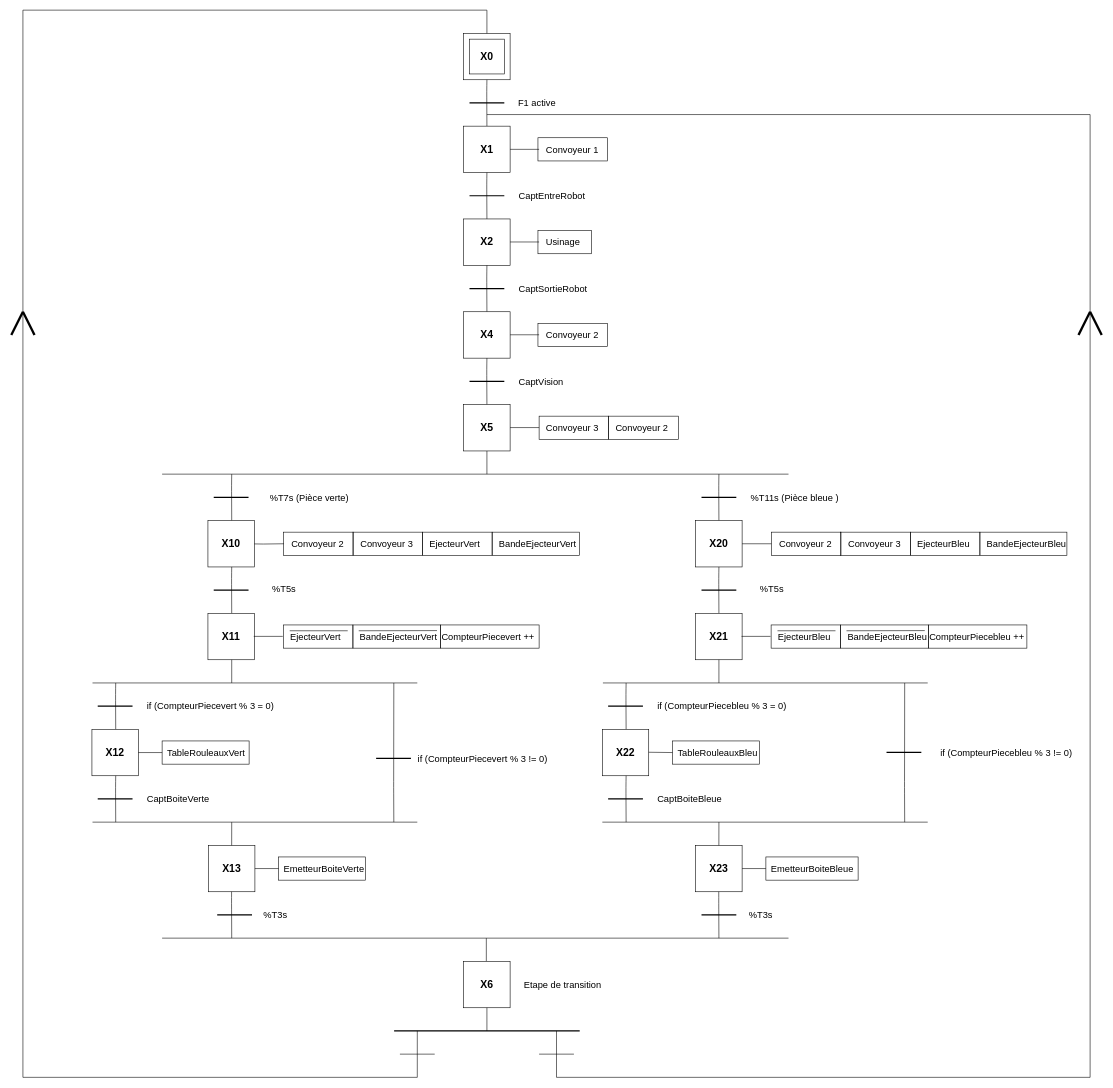
Earlier version of the draw.io diagram Auto.drawio (Sem98-chain/INSA). Source tidied: cells renumbered, new cells numbered last; positions are measured from the earlier drawing's top-left corner, leaving out a move shared by most shapes. Both pictures are drawn from the tidied source at 58%, with x=0, y=0 at pixel (11, 10).
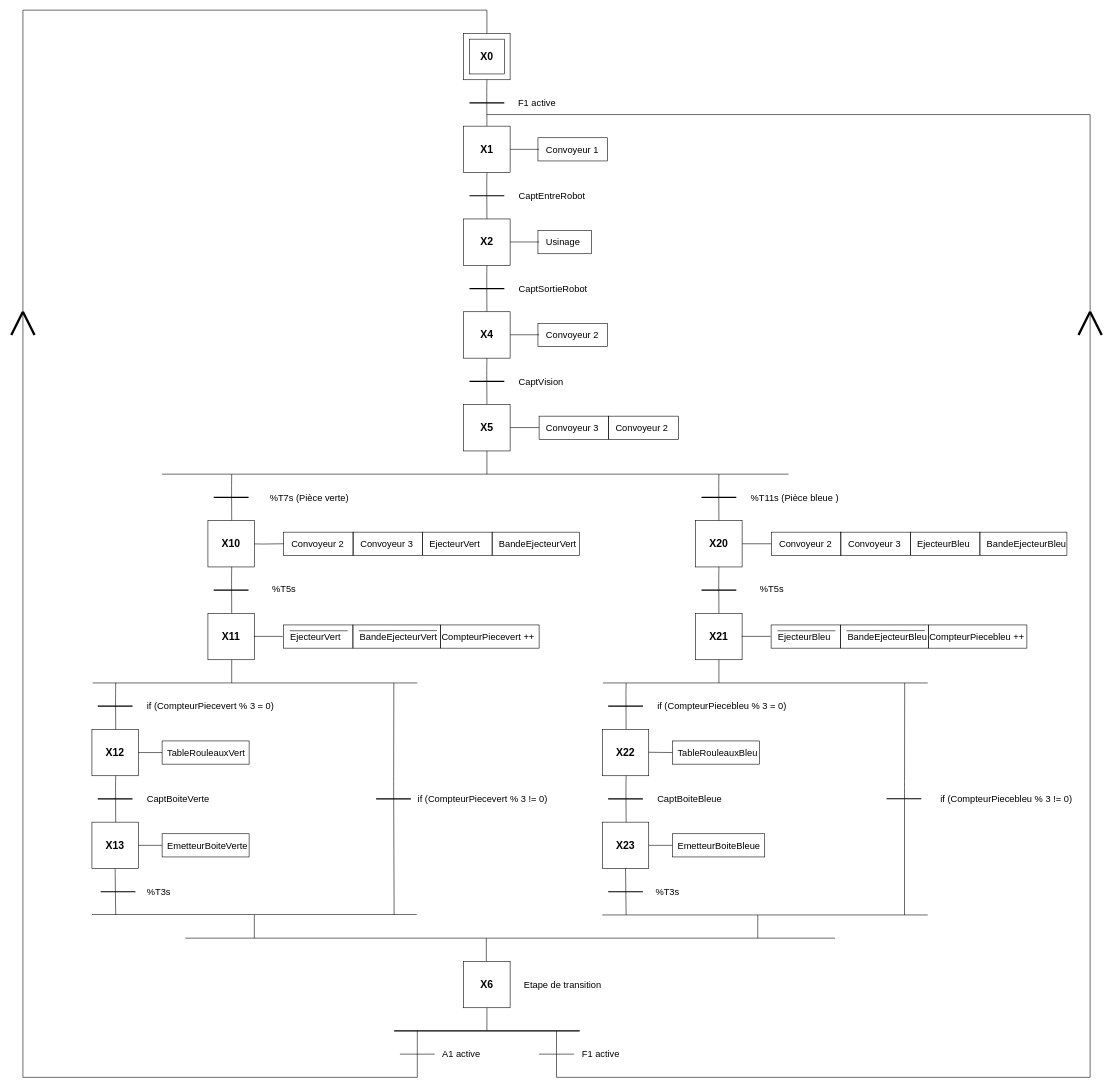
The same diagram, later.

What changed in the source:
```diff
@@
-    <mxCell id="69" style="endArrow=none;html=1;exitX=0.5;exitY=0;exitDx=0;exitDy=0;" parent="1" edge="1">
+    <mxCell id="69" style="endArrow=none;html=1;" parent="1" edge="1">
       <mxGeometry relative="1" as="geometry">
-        <mxPoint x="659.5" y="1400" as="sourcePoint" />
+        <mxPoint x="660" y="1560" as="sourcePoint" />
         <mxPoint x="659.5" y="1160" as="targetPoint" />
         <Array as="points">
           <mxPoint x="659.2" y="1340" />
         </Array>
       </mxGeometry>
     </mxCell>
     <mxCell id="70" style="endArrow=none;html=1;strokeWidth=1;" parent="1" edge="1">
       <mxGeometry relative="1" as="geometry">
-        <mxPoint x="140" y="1400" as="sourcePoint" />
-        <mxPoint x="700" y="1400" as="targetPoint" />
+        <mxPoint x="139" y="1559.2" as="sourcePoint" />
+        <mxPoint x="699" y="1559.2" as="targetPoint" />
       </mxGeometry>
     </mxCell>
-    <mxCell id="71" style="endArrow=none;html=1;exitX=0.5;exitY=0;exitDx=0;exitDy=0;" parent="1" edge="1">
-      <mxGeometry relative="1" as="geometry">
-        <mxPoint x="380" y="1600" as="sourcePoint" />
-        <mxPoint x="380" y="1400" as="targetPoint" />
-        <Array as="points">
-          <mxPoint x="379.7" y="1540" />
-        </Array>
-      </mxGeometry>
-    </mxCell>
     <mxCell id="72" style="endArrow=none;html=1;strokeWidth=1;" parent="1" edge="1">
       <mxGeometry relative="1" as="geometry">
-        <mxPoint x="260" y="1600" as="sourcePoint" />
-        <mxPoint x="1340" y="1600" as="targetPoint" />
+        <mxPoint x="300" y="1600" as="sourcePoint" />
+        <mxPoint x="1420" y="1600" as="targetPoint" />
       </mxGeometry>
     </mxCell>
@@
-    <mxCell id="82" style="endArrow=none;html=1;exitX=0.5;exitY=0;exitDx=0;exitDy=0;" parent="1" edge="1">
+    <mxCell id="82" style="endArrow=none;html=1;" parent="1" edge="1">
       <mxGeometry relative="1" as="geometry">
-        <mxPoint x="1540.3" y="1400" as="sourcePoint" />
+        <mxPoint x="1540" y="1560" as="sourcePoint" />
         <mxPoint x="1540.3" y="1160" as="targetPoint" />
         <Array as="points">
           <mxPoint x="1540" y="1340" />
         </Array>
       </mxGeometry>
     </mxCell>
     <mxCell id="83" style="endArrow=none;html=1;strokeWidth=2;" parent="1" edge="1">
       <mxGeometry relative="1" as="geometry">
-        <mxPoint x="1509" y="1279.6" as="sourcePoint" />
-        <mxPoint x="1569" y="1279.6" as="targetPoint" />
+        <mxPoint x="1509" y="1359.6" as="sourcePoint" />
+        <mxPoint x="1569" y="1359.6" as="targetPoint" />
       </mxGeometry>
     </mxCell>
     <mxCell id="84" style="endArrow=none;html=1;strokeWidth=1;" parent="1" edge="1">
       <mxGeometry relative="1" as="geometry">
-        <mxPoint x="1019" y="1400" as="sourcePoint" />
-        <mxPoint x="1580" y="1400" as="targetPoint" />
+        <mxPoint x="1019" y="1560" as="sourcePoint" />
+        <mxPoint x="1580" y="1560" as="targetPoint" />
       </mxGeometry>
     </mxCell>
-    <mxCell id="85" style="endArrow=none;html=1;exitX=0.5;exitY=0;exitDx=0;exitDy=0;" parent="1" edge="1">
-      <mxGeometry relative="1" as="geometry">
-        <mxPoint x="1220" y="1600" as="sourcePoint" />
-        <mxPoint x="1220" y="1400" as="targetPoint" />
-        <Array as="points">
-          <mxPoint x="1219.7" y="1540" />
-        </Array>
-      </mxGeometry>
-    </mxCell>
     <mxCell id="86" value="&lt;font style=&quot;font-size: 16px&quot;&gt;&lt;br&gt;&lt;/font&gt;" style="text;html=1;strokeColor=none;fillColor=none;align=left;verticalAlign=middle;whiteSpace=wrap;rounded=0;" parent="1" vertex="1">
-      <mxGeometry x="1233" y="1550" width="106" height="20" as="geometry" />
+      <mxGeometry x="1072" y="1510" width="106" height="20" as="geometry" />
     </mxCell>
@@
-    <mxCell id="92" style="whiteSpace=wrap;html=1;" parent="1" vertex="1">
-      <mxGeometry x="340" y="1440" width="80" height="80" as="geometry" />
-    </mxCell>
-    <mxCell id="93" value="&lt;font size=&quot;1&quot;&gt;&lt;b style=&quot;font-size: 18px&quot;&gt;X13&lt;/b&gt;&lt;/font&gt;" style="text;html=1;strokeColor=none;fillColor=none;align=center;verticalAlign=middle;whiteSpace=wrap;rounded=0;" parent="1" vertex="1">
-      <mxGeometry x="360" y="1470" width="40" height="20" as="geometry" />
-    </mxCell>
-    <mxCell id="94" style="rounded=0;whiteSpace=wrap;html=1;fillColor=none;gradientColor=none;" parent="1" vertex="1">
-      <mxGeometry x="461" y="1460" width="150" height="40" as="geometry" />
-    </mxCell>
-    <mxCell id="95" value="&lt;font style=&quot;font-size: 16px&quot;&gt;EmetteurBoiteVerte&lt;/font&gt;" style="text;html=1;strokeColor=none;fillColor=none;align=left;verticalAlign=middle;whiteSpace=wrap;rounded=0;" parent="1" vertex="1">
-      <mxGeometry x="468" y="1470" width="140" height="20" as="geometry" />
-    </mxCell>
-    <mxCell id="96" style="endArrow=none;html=1;strokeWidth=1;entryX=0;entryY=0.5;entryDx=0;entryDy=0;exitX=1;exitY=0.5;exitDx=0;exitDy=0;" parent="1" edge="1" source="92" target="94">
-      <mxGeometry relative="1" as="geometry" />
-    </mxCell>
-    <mxCell id="97" style="endArrow=none;html=1;strokeWidth=2;" parent="1" edge="1">
-      <mxGeometry relative="1" as="geometry">
-        <mxPoint x="355" y="1560" as="sourcePoint" />
-        <mxPoint x="415" y="1560" as="targetPoint" />
-      </mxGeometry>
-    </mxCell>
-    <mxCell id="98" value="&lt;font style=&quot;font-size: 16px&quot;&gt;%T3s&lt;br&gt;&lt;/font&gt;" style="text;html=1;strokeColor=none;fillColor=none;align=left;verticalAlign=middle;whiteSpace=wrap;rounded=0;" parent="1" vertex="1">
-      <mxGeometry x="433" y="1550" width="128" height="20" as="geometry" />
-    </mxCell>
     <mxCell id="99" style="whiteSpace=wrap;html=1;" parent="1" vertex="1">
-      <mxGeometry x="1180" y="1440" width="80" height="80" as="geometry" />
+      <mxGeometry x="1019" y="1400" width="80" height="80" as="geometry" />
     </mxCell>
     <mxCell id="100" value="&lt;font size=&quot;1&quot;&gt;&lt;b style=&quot;font-size: 18px&quot;&gt;X23&lt;/b&gt;&lt;/font&gt;" style="text;html=1;strokeColor=none;fillColor=none;align=center;verticalAlign=middle;whiteSpace=wrap;rounded=0;" parent="1" vertex="1">
-      <mxGeometry x="1200" y="1470" width="40" height="20" as="geometry" />
+      <mxGeometry x="1039" y="1430" width="40" height="20" as="geometry" />
     </mxCell>
     <mxCell id="101" style="rounded=0;whiteSpace=wrap;html=1;fillColor=none;gradientColor=none;" parent="1" vertex="1">
-      <mxGeometry x="1301" y="1460" width="159" height="40" as="geometry" />
+      <mxGeometry x="1140" y="1420" width="159" height="40" as="geometry" />
     </mxCell>
     <mxCell id="102" value="&lt;font style=&quot;font-size: 16px&quot;&gt;EmetteurBoiteBleue&lt;/font&gt;" style="text;html=1;strokeColor=none;fillColor=none;align=left;verticalAlign=middle;whiteSpace=wrap;rounded=0;" parent="1" vertex="1">
-      <mxGeometry x="1308" y="1470" width="140" height="20" as="geometry" />
+      <mxGeometry x="1147" y="1430" width="140" height="20" as="geometry" />
     </mxCell>
@@
     <mxCell id="104" style="endArrow=none;html=1;strokeWidth=2;" parent="1" edge="1">
       <mxGeometry relative="1" as="geometry">
-        <mxPoint x="1190" y="1560" as="sourcePoint" />
-        <mxPoint x="1250" y="1560" as="targetPoint" />
+        <mxPoint x="1029" y="1520" as="sourcePoint" />
+        <mxPoint x="1089" y="1520" as="targetPoint" />
       </mxGeometry>
     </mxCell>
     <mxCell id="105" value="&lt;font style=&quot;font-size: 16px&quot;&gt;%T3s&lt;br&gt;&lt;/font&gt;" style="text;html=1;strokeColor=none;fillColor=none;align=left;verticalAlign=middle;whiteSpace=wrap;rounded=0;" parent="1" vertex="1">
-      <mxGeometry x="1270" y="1550" width="52" height="20" as="geometry" />
+      <mxGeometry x="1109" y="1510" width="52" height="20" as="geometry" />
     </mxCell>
@@
     <mxCell id="124" style="endArrow=none;html=1;strokeWidth=2;" parent="1" edge="1">
       <mxGeometry relative="1" as="geometry">
-        <mxPoint x="629" y="1290" as="sourcePoint" />
-        <mxPoint x="689" y="1290" as="targetPoint" />
+        <mxPoint x="629" y="1360" as="sourcePoint" />
+        <mxPoint x="689" y="1360" as="targetPoint" />
       </mxGeometry>
     </mxCell>
     <mxCell id="125" style="text;html=1;strokeColor=none;fillColor=none;align=left;verticalAlign=middle;whiteSpace=wrap;rounded=0;" parent="1" vertex="1">
-      <mxGeometry x="712" y="1280" width="188" height="20" as="geometry" />
+      <mxGeometry x="712" y="1350" width="188" height="20" as="geometry" />
     </mxCell>
     <mxCell id="126" value="&lt;span style=&quot;font-size: 16px&quot;&gt;if (CompteurPiecevert % 3 != 0)&lt;/span&gt;" style="text;html=1;strokeColor=none;fillColor=none;align=left;verticalAlign=middle;whiteSpace=wrap;rounded=0;" parent="1" vertex="1">
-      <mxGeometry x="699" y="1280" width="228" height="20" as="geometry" />
+      <mxGeometry x="699" y="1350" width="228" height="20" as="geometry" />
     </mxCell>
@@
     <mxCell id="137" value="&lt;span style=&quot;font-size: 16px&quot;&gt;if (CompteurPiecebleu % 3 != 0)&lt;/span&gt;" style="text;html=1;strokeColor=none;fillColor=none;align=left;verticalAlign=middle;whiteSpace=wrap;rounded=0;" parent="1" vertex="1">
-      <mxGeometry x="1600" y="1270" width="250" height="20" as="geometry" />
+      <mxGeometry x="1600" y="1350" width="250" height="20" as="geometry" />
     </mxCell>
@@
+    <mxCell id="179" value="&lt;font style=&quot;font-size: 16px&quot;&gt;A1 active&lt;br&gt;&lt;/font&gt;" style="text;html=1;strokeColor=none;fillColor=none;align=left;verticalAlign=middle;whiteSpace=wrap;rounded=0;" parent="1" vertex="1">
+      <mxGeometry x="741" y="1790" width="158" height="20" as="geometry" />
+    </mxCell>
+    <mxCell id="180" value="&lt;font style=&quot;font-size: 16px&quot;&gt;F1 active&lt;br&gt;&lt;/font&gt;" style="text;html=1;strokeColor=none;fillColor=none;align=left;verticalAlign=middle;whiteSpace=wrap;rounded=0;" parent="1" vertex="1">
+      <mxGeometry x="982" y="1790" width="158" height="20" as="geometry" />
+    </mxCell>
+    <mxCell id="181" style="whiteSpace=wrap;html=1;" parent="1" vertex="1">
+      <mxGeometry x="139" y="1400" width="80" height="80" as="geometry" />
+    </mxCell>
+    <mxCell id="93" value="&lt;font size=&quot;1&quot;&gt;&lt;b style=&quot;font-size: 18px&quot;&gt;X13&lt;/b&gt;&lt;/font&gt;" style="text;html=1;strokeColor=none;fillColor=none;align=center;verticalAlign=middle;whiteSpace=wrap;rounded=0;" parent="1" vertex="1">
+      <mxGeometry x="159" y="1430" width="40" height="20" as="geometry" />
+    </mxCell>
+    <mxCell id="182" style="rounded=0;whiteSpace=wrap;html=1;fillColor=none;gradientColor=none;" parent="1" vertex="1">
+      <mxGeometry x="260" y="1420" width="150" height="40" as="geometry" />
+    </mxCell>
+    <mxCell id="95" value="&lt;font style=&quot;font-size: 16px&quot;&gt;EmetteurBoiteVerte&lt;/font&gt;" style="text;html=1;strokeColor=none;fillColor=none;align=left;verticalAlign=middle;whiteSpace=wrap;rounded=0;" parent="1" vertex="1">
+      <mxGeometry x="267" y="1430" width="140" height="20" as="geometry" />
+    </mxCell>
+    <mxCell id="183" style="endArrow=none;html=1;strokeWidth=1;entryX=0;entryY=0.5;entryDx=0;entryDy=0;exitX=1;exitY=0.5;exitDx=0;exitDy=0;" parent="1" edge="1" source="181" target="182">
+      <mxGeometry relative="1" as="geometry" />
+    </mxCell>
+    <mxCell id="184" style="endArrow=none;html=1;strokeWidth=2;" parent="1" edge="1">
+      <mxGeometry relative="1" as="geometry">
+        <mxPoint x="154" y="1520" as="sourcePoint" />
+        <mxPoint x="214" y="1520" as="targetPoint" />
+      </mxGeometry>
+    </mxCell>
+    <mxCell id="98" value="&lt;font style=&quot;font-size: 16px&quot;&gt;%T3s&lt;br&gt;&lt;/font&gt;" style="text;html=1;strokeColor=none;fillColor=none;align=left;verticalAlign=middle;whiteSpace=wrap;rounded=0;" parent="1" vertex="1">
+      <mxGeometry x="232" y="1510" width="128" height="20" as="geometry" />
+    </mxCell>
+    <mxCell id="185" style="endArrow=none;html=1;" parent="1" edge="1">
+      <mxGeometry relative="1" as="geometry">
+        <mxPoint x="419" y="1600" as="sourcePoint" />
+        <mxPoint x="419" y="1560" as="targetPoint" />
+      </mxGeometry>
+    </mxCell>
+    <mxCell id="186" style="endArrow=none;html=1;entryX=0.5;entryY=1;entryDx=0;entryDy=0;" parent="1" edge="1" target="181">
+      <mxGeometry relative="1" as="geometry">
+        <mxPoint x="180" y="1560" as="sourcePoint" />
+      </mxGeometry>
+    </mxCell>
+    <mxCell id="187" style="endArrow=none;html=1;" parent="1" edge="1">
+      <mxGeometry relative="1" as="geometry">
+        <mxPoint x="1287" y="1600" as="sourcePoint" />
+        <mxPoint x="1287" y="1560" as="targetPoint" />
+      </mxGeometry>
+    </mxCell>
+    <mxCell id="188" style="endArrow=none;html=1;entryX=0.5;entryY=1;entryDx=0;entryDy=0;" parent="1" edge="1" target="99">
+      <mxGeometry relative="1" as="geometry">
+        <mxPoint x="1060" y="1560" as="sourcePoint" />
+      </mxGeometry>
+    </mxCell>
```
